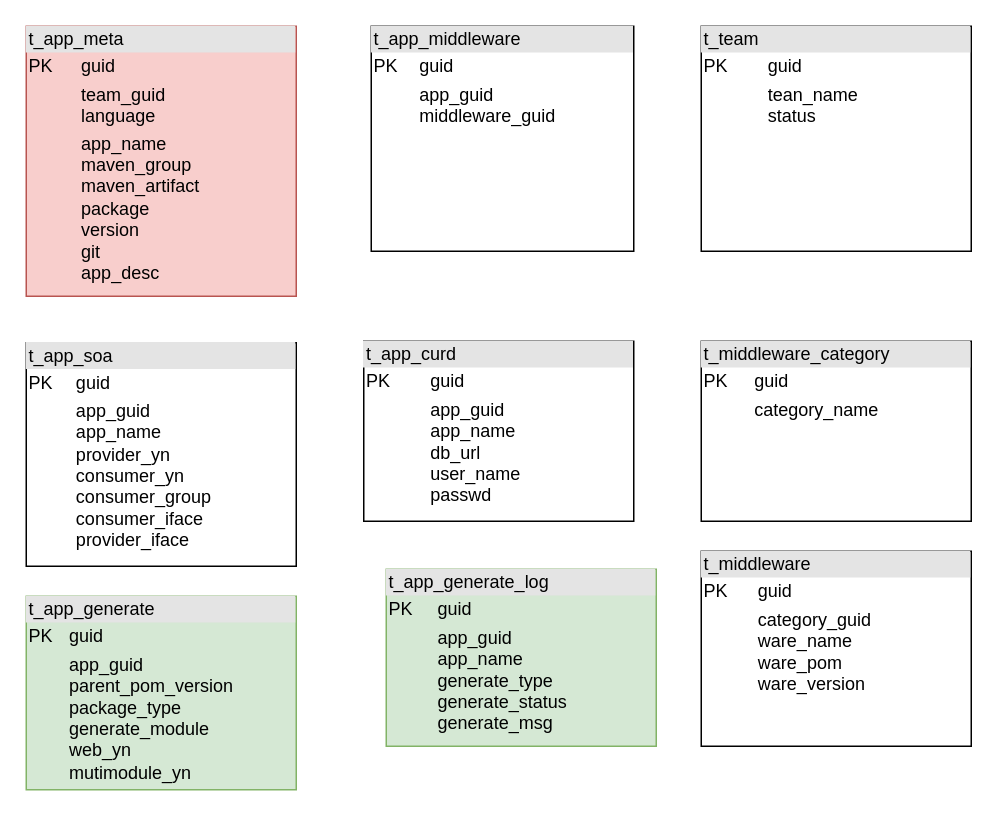
Before: helloboot-framework.drawio in zyhui98/drawio, a draw.io diagram. Source tidied: cells renumbered, new cells numbered last; positions are measured from the earlier drawing's top-left corner, leaving out a move shared by most shapes. Both pictures are drawn from the tidied source at 150%, with x=0, y=0 at pixel (26, 26).
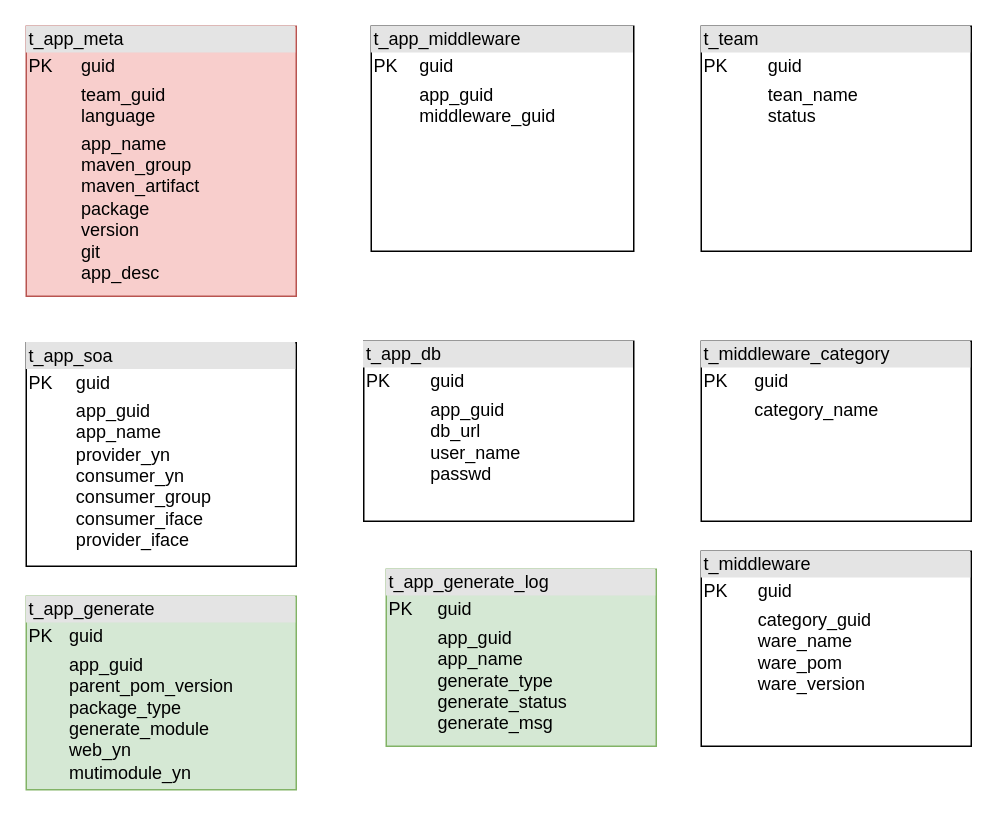
The same diagram, later.

Change to the diagram source:
```diff
@@
 <mxGraphModel>
   <root>
     <mxCell id="0" />
     <mxCell id="1" parent="0" />
     <mxCell id="2" value="&lt;div style=&quot;box-sizing: border-box ; width: 100% ; background: #e4e4e4 ; padding: 2px&quot;&gt;t_app_meta&lt;/div&gt;&lt;table style=&quot;width: 100% ; font-size: 1em&quot; cellpadding=&quot;2&quot; cellspacing=&quot;0&quot;&gt;&lt;tbody&gt;&lt;tr&gt;&lt;td&gt;PK&lt;/td&gt;&lt;td&gt;guid&lt;/td&gt;&lt;/tr&gt;&lt;tr&gt;&lt;td&gt;&lt;br&gt;&lt;/td&gt;&lt;td&gt;team_guid&lt;br&gt;language&lt;/td&gt;&lt;/tr&gt;&lt;tr&gt;&lt;td&gt;&lt;/td&gt;&lt;td&gt;app_name&lt;br&gt;maven_group&lt;br&gt;maven_artifact&lt;br&gt;package&lt;br&gt;version&lt;br&gt;git&lt;br&gt;app_desc&lt;br&gt;&lt;br&gt;&lt;br&gt;&lt;/td&gt;&lt;/tr&gt;&lt;/tbody&gt;&lt;/table&gt;" style="verticalAlign=top;align=left;overflow=fill;html=1;fillColor=#f8cecc;strokeColor=#b85450;" parent="1" vertex="1">
       <mxGeometry width="180" height="180" as="geometry" />
     </mxCell>
     <mxCell id="3" value="&lt;div style=&quot;box-sizing: border-box ; width: 100% ; background: #e4e4e4 ; padding: 2px&quot;&gt;t_app_middleware&lt;/div&gt;&lt;table style=&quot;width: 100% ; font-size: 1em&quot; cellpadding=&quot;2&quot; cellspacing=&quot;0&quot;&gt;&lt;tbody&gt;&lt;tr&gt;&lt;td&gt;PK&lt;/td&gt;&lt;td&gt;guid&lt;/td&gt;&lt;/tr&gt;&lt;tr&gt;&lt;td&gt;&lt;br&gt;&lt;/td&gt;&lt;td&gt;app_guid&lt;br&gt;middleware_guid&lt;br&gt;&lt;br&gt;&lt;/td&gt;&lt;/tr&gt;&lt;tr&gt;&lt;td&gt;&lt;/td&gt;&lt;td&gt;&lt;br&gt;&lt;br&gt;&lt;/td&gt;&lt;/tr&gt;&lt;/tbody&gt;&lt;/table&gt;" style="verticalAlign=top;align=left;overflow=fill;html=1;" parent="1" vertex="1">
       <mxGeometry x="230" width="175" height="150" as="geometry" />
     </mxCell>
     <mxCell id="4" value="&lt;div style=&quot;box-sizing: border-box ; width: 100% ; background: #e4e4e4 ; padding: 2px&quot;&gt;t_middleware_category&lt;/div&gt;&lt;table style=&quot;width: 100% ; font-size: 1em&quot; cellpadding=&quot;2&quot; cellspacing=&quot;0&quot;&gt;&lt;tbody&gt;&lt;tr&gt;&lt;td&gt;PK&lt;/td&gt;&lt;td&gt;guid&lt;/td&gt;&lt;/tr&gt;&lt;tr&gt;&lt;td&gt;&lt;br&gt;&lt;/td&gt;&lt;td&gt;category_name&lt;br&gt;&lt;/td&gt;&lt;/tr&gt;&lt;tr&gt;&lt;td&gt;&lt;/td&gt;&lt;td&gt;&lt;br&gt;&lt;br&gt;&lt;br&gt;&lt;/td&gt;&lt;/tr&gt;&lt;/tbody&gt;&lt;/table&gt;" style="verticalAlign=top;align=left;overflow=fill;html=1;" parent="1" vertex="1">
       <mxGeometry x="450" y="210" width="180" height="120" as="geometry" />
     </mxCell>
     <mxCell id="5" value="&lt;div style=&quot;box-sizing: border-box ; width: 100% ; background: #e4e4e4 ; padding: 2px&quot;&gt;t_team&lt;/div&gt;&lt;table style=&quot;width: 100% ; font-size: 1em&quot; cellpadding=&quot;2&quot; cellspacing=&quot;0&quot;&gt;&lt;tbody&gt;&lt;tr&gt;&lt;td&gt;PK&lt;/td&gt;&lt;td&gt;guid&lt;/td&gt;&lt;/tr&gt;&lt;tr&gt;&lt;td&gt;&lt;br&gt;&lt;/td&gt;&lt;td&gt;tean_name&lt;br&gt;status&lt;/td&gt;&lt;/tr&gt;&lt;tr&gt;&lt;td&gt;&lt;/td&gt;&lt;td&gt;&lt;br&gt;&lt;br&gt;&lt;br&gt;&lt;/td&gt;&lt;/tr&gt;&lt;/tbody&gt;&lt;/table&gt;" style="verticalAlign=top;align=left;overflow=fill;html=1;" parent="1" vertex="1">
       <mxGeometry x="450" width="180" height="150" as="geometry" />
     </mxCell>
     <mxCell id="6" value="&lt;div style=&quot;box-sizing: border-box ; width: 100% ; background: #e4e4e4 ; padding: 2px&quot;&gt;t_middleware&lt;/div&gt;&lt;table style=&quot;width: 100% ; font-size: 1em&quot; cellpadding=&quot;2&quot; cellspacing=&quot;0&quot;&gt;&lt;tbody&gt;&lt;tr&gt;&lt;td&gt;PK&lt;/td&gt;&lt;td&gt;guid&lt;/td&gt;&lt;/tr&gt;&lt;tr&gt;&lt;td&gt;&lt;br&gt;&lt;/td&gt;&lt;td&gt;category_guid&lt;br&gt;ware_name&lt;br&gt;ware_pom&lt;br&gt;ware_version&lt;br&gt;&lt;br&gt;&lt;br&gt;&lt;/td&gt;&lt;/tr&gt;&lt;tr&gt;&lt;td&gt;&lt;/td&gt;&lt;td&gt;&lt;br&gt;&lt;br&gt;&lt;br&gt;&lt;/td&gt;&lt;/tr&gt;&lt;/tbody&gt;&lt;/table&gt;" style="verticalAlign=top;align=left;overflow=fill;html=1;" parent="1" vertex="1">
       <mxGeometry x="450" y="350" width="180" height="130" as="geometry" />
     </mxCell>
     <mxCell id="7" value="&lt;div style=&quot;box-sizing: border-box ; width: 100% ; background: #e4e4e4 ; padding: 2px&quot;&gt;t_app_soa&lt;/div&gt;&lt;table style=&quot;width: 100% ; font-size: 1em&quot; cellpadding=&quot;2&quot; cellspacing=&quot;0&quot;&gt;&lt;tbody&gt;&lt;tr&gt;&lt;td&gt;PK&lt;/td&gt;&lt;td&gt;guid&lt;/td&gt;&lt;/tr&gt;&lt;tr&gt;&lt;td&gt;&lt;br&gt;&lt;/td&gt;&lt;td&gt;app_guid&lt;br&gt;app_name&lt;br&gt;provider_yn&lt;br&gt;consumer_yn&lt;br&gt;consumer_group&lt;br&gt;consumer_iface&lt;br&gt;provider_iface&lt;br&gt;&lt;br&gt;&lt;/td&gt;&lt;/tr&gt;&lt;tr&gt;&lt;td&gt;&lt;/td&gt;&lt;td&gt;&lt;br&gt;&lt;br&gt;&lt;/td&gt;&lt;/tr&gt;&lt;/tbody&gt;&lt;/table&gt;" style="verticalAlign=top;align=left;overflow=fill;html=1;" parent="1" vertex="1">
       <mxGeometry y="211" width="180" height="149" as="geometry" />
     </mxCell>
-    <mxCell id="8" value="&lt;div style=&quot;box-sizing: border-box ; width: 100% ; background: #e4e4e4 ; padding: 2px&quot;&gt;t_app_curd&lt;/div&gt;&lt;table style=&quot;width: 100% ; font-size: 1em&quot; cellpadding=&quot;2&quot; cellspacing=&quot;0&quot;&gt;&lt;tbody&gt;&lt;tr&gt;&lt;td&gt;PK&lt;/td&gt;&lt;td&gt;guid&lt;/td&gt;&lt;/tr&gt;&lt;tr&gt;&lt;td&gt;&lt;br&gt;&lt;/td&gt;&lt;td&gt;app_guid&lt;br&gt;app_name&lt;br&gt;db_url&lt;br&gt;user_name&lt;br&gt;passwd&lt;br&gt;&lt;br&gt;&lt;/td&gt;&lt;/tr&gt;&lt;tr&gt;&lt;td&gt;&lt;/td&gt;&lt;td&gt;&lt;br&gt;&lt;br&gt;&lt;/td&gt;&lt;/tr&gt;&lt;/tbody&gt;&lt;/table&gt;" style="verticalAlign=top;align=left;overflow=fill;html=1;" parent="1" vertex="1">
+    <mxCell id="8" value="&lt;div style=&quot;box-sizing: border-box ; width: 100% ; background: #e4e4e4 ; padding: 2px&quot;&gt;t_app_db&lt;/div&gt;&lt;table style=&quot;width: 100% ; font-size: 1em&quot; cellpadding=&quot;2&quot; cellspacing=&quot;0&quot;&gt;&lt;tbody&gt;&lt;tr&gt;&lt;td&gt;PK&lt;/td&gt;&lt;td&gt;guid&lt;/td&gt;&lt;/tr&gt;&lt;tr&gt;&lt;td&gt;&lt;br&gt;&lt;/td&gt;&lt;td&gt;app_guid&lt;br&gt;db_url&lt;br&gt;user_name&lt;br&gt;passwd&lt;br&gt;&lt;br&gt;&lt;/td&gt;&lt;/tr&gt;&lt;tr&gt;&lt;td&gt;&lt;/td&gt;&lt;td&gt;&lt;br&gt;&lt;br&gt;&lt;/td&gt;&lt;/tr&gt;&lt;/tbody&gt;&lt;/table&gt;" style="verticalAlign=top;align=left;overflow=fill;html=1;" parent="1" vertex="1">
       <mxGeometry x="225" y="210" width="180" height="120" as="geometry" />
     </mxCell>
     <mxCell id="9" value="&lt;div style=&quot;box-sizing: border-box ; width: 100% ; background: #e4e4e4 ; padding: 2px&quot;&gt;t_app_generate_log&lt;/div&gt;&lt;table style=&quot;width: 100% ; font-size: 1em&quot; cellpadding=&quot;2&quot; cellspacing=&quot;0&quot;&gt;&lt;tbody&gt;&lt;tr&gt;&lt;td&gt;PK&lt;/td&gt;&lt;td&gt;guid&lt;/td&gt;&lt;/tr&gt;&lt;tr&gt;&lt;td&gt;&lt;br&gt;&lt;/td&gt;&lt;td&gt;app_guid&lt;br&gt;app_name&lt;br&gt;generate_type&lt;br&gt;generate_status&lt;br&gt;generate_msg&lt;br&gt;&lt;br&gt;&lt;/td&gt;&lt;/tr&gt;&lt;tr&gt;&lt;td&gt;&lt;/td&gt;&lt;td&gt;&lt;br&gt;&lt;br&gt;&lt;/td&gt;&lt;/tr&gt;&lt;/tbody&gt;&lt;/table&gt;" style="verticalAlign=top;align=left;overflow=fill;html=1;fillColor=#d5e8d4;strokeColor=#82b366;" parent="1" vertex="1">
       <mxGeometry x="240" y="362" width="180" height="118" as="geometry" />
     </mxCell>
     <mxCell id="10" value="&lt;div style=&quot;box-sizing: border-box ; width: 100% ; background: #e4e4e4 ; padding: 2px&quot;&gt;t_app_generate&lt;/div&gt;&lt;table style=&quot;width: 100% ; font-size: 1em&quot; cellpadding=&quot;2&quot; cellspacing=&quot;0&quot;&gt;&lt;tbody&gt;&lt;tr&gt;&lt;td&gt;PK&lt;/td&gt;&lt;td&gt;guid&lt;/td&gt;&lt;/tr&gt;&lt;tr&gt;&lt;td&gt;&lt;br&gt;&lt;/td&gt;&lt;td&gt;app_guid&lt;br&gt;parent_pom_version&lt;br&gt;package_type&lt;br&gt;generate_module&lt;br&gt;web_yn&lt;br&gt;mutimodule_yn&lt;br&gt;&lt;br&gt;&lt;br&gt;&lt;/td&gt;&lt;/tr&gt;&lt;tr&gt;&lt;td&gt;&lt;/td&gt;&lt;td&gt;&lt;br&gt;&lt;br&gt;&lt;/td&gt;&lt;/tr&gt;&lt;/tbody&gt;&lt;/table&gt;" style="verticalAlign=top;align=left;overflow=fill;html=1;fillColor=#d5e8d4;strokeColor=#82b366;" parent="1" vertex="1">
       <mxGeometry y="380" width="180" height="129" as="geometry" />
     </mxCell>
   </root>
 </mxGraphModel>
```
